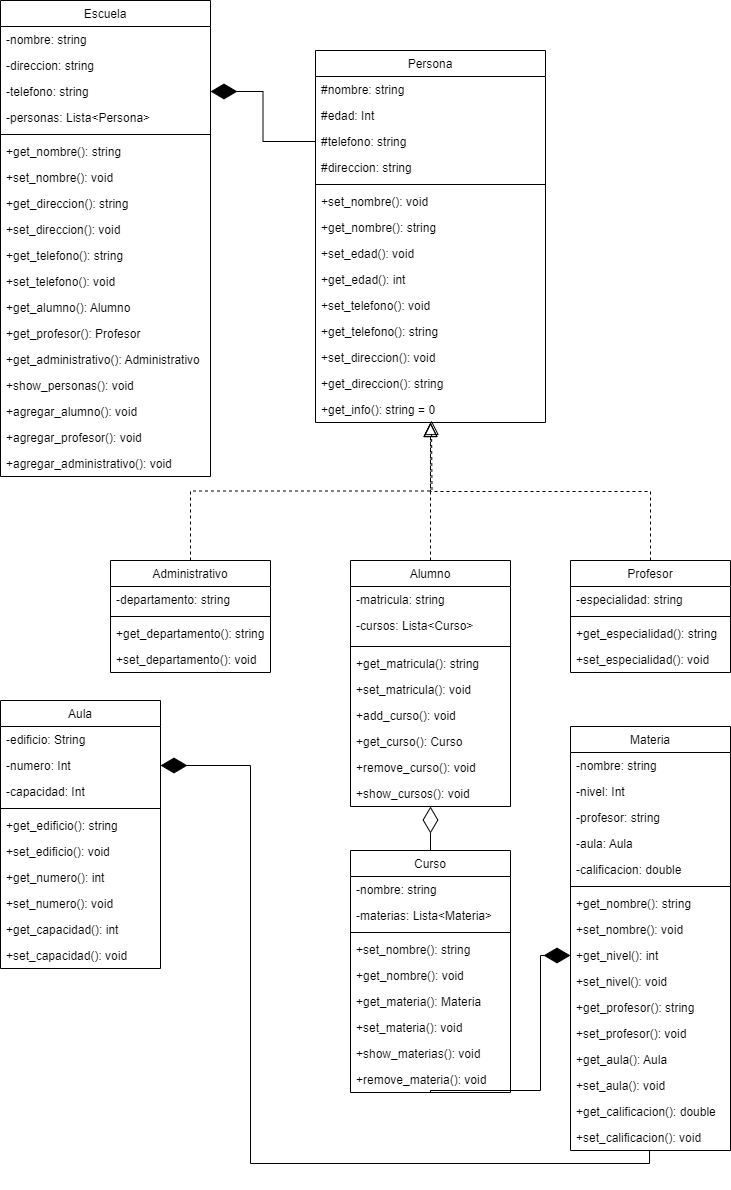
The draw.io diagram UMLEscuela.drawio.png in AngelMauricioRamirez/AdministradorEscuela, before a commit. Source tidied: cells renumbered, new cells last; positions are measured from the earlier drawing's top-left corner, leaving out a move shared by most shapes.
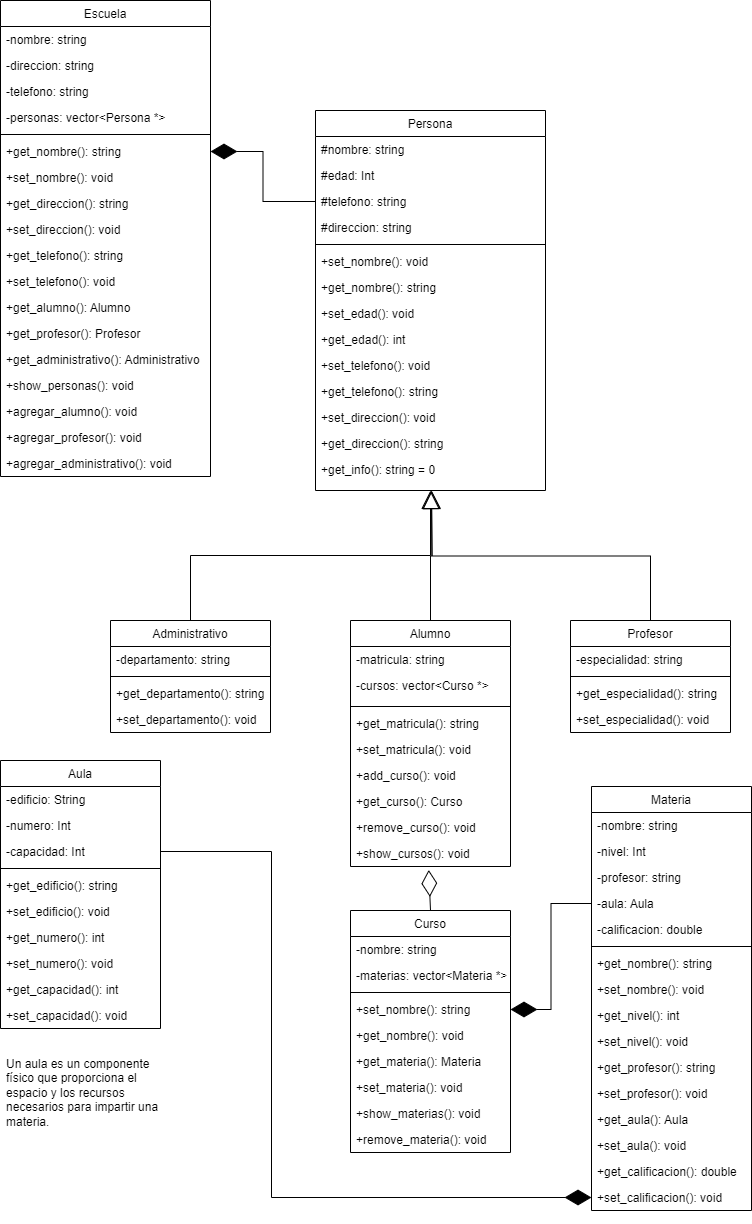
Above is the later version.

Commit message:
Penultima correccion UML

Diff of the diagram source:
```diff
@@ -3,7 +3,7 @@
     <mxCell id="0" />
     <mxCell id="1" parent="0" />
     <mxCell id="2" value="Escuela" style="swimlane;fontStyle=0;align=center;verticalAlign=top;horizontal=1;startSize=26;rounded=0;shadow=0;strokeWidth=1;" parent="1" vertex="1">
-      <mxGeometry width="210" height="476" as="geometry" />
+      <mxGeometry y="-60" width="210" height="476" as="geometry" />
     </mxCell>
     <mxCell id="3" value="-nombre: string" style="text;align=left;verticalAlign=top;spacingLeft=4;spacingRight=4;overflow=hidden;" parent="2" vertex="1">
       <mxGeometry y="26" width="210" height="26" as="geometry" />
@@ -14,7 +14,7 @@
     <mxCell id="5" value="-telefono: string" style="text;align=left;verticalAlign=top;spacingLeft=4;spacingRight=4;overflow=hidden;points=[[0,0.5],[1,0.5]];portConstraint=eastwest;" parent="2" vertex="1">
       <mxGeometry y="78" width="210" height="26" as="geometry" />
     </mxCell>
-    <mxCell id="6" value="-personas: Lista&lt;Persona&gt;" style="text;align=left;verticalAlign=top;spacingLeft=4;spacingRight=4;overflow=hidden;" parent="2" vertex="1">
+    <mxCell id="6" value="-personas: vector&lt;Persona *&gt;" style="text;align=left;verticalAlign=top;spacingLeft=4;spacingRight=4;overflow=hidden;" parent="2" vertex="1">
       <mxGeometry y="104" width="210" height="26" as="geometry" />
     </mxCell>
     <mxCell id="7" style="line;html=1;strokeWidth=1;align=left;verticalAlign=middle;spacingTop=-1;spacingLeft=3;spacingRight=3;labelPosition=right;" parent="2" vertex="1">
@@ -60,7 +60,7 @@
       <mxGeometry y="450" width="210" height="26" as="geometry" />
     </mxCell>
     <mxCell id="21" value="Persona" style="swimlane;fontStyle=0;align=center;verticalAlign=top;horizontal=1;startSize=26;rounded=0;shadow=0;strokeWidth=1;" parent="1" vertex="1">
-      <mxGeometry x="315" y="50" width="230" height="372" as="geometry" />
+      <mxGeometry x="315" y="50" width="230" height="380" as="geometry" />
     </mxCell>
     <mxCell id="22" value="#nombre: string" style="text;align=left;verticalAlign=top;spacingLeft=4;spacingRight=4;overflow=hidden;" parent="21" vertex="1">
       <mxGeometry y="26" width="230" height="26" as="geometry" />
@@ -110,7 +110,7 @@
     <mxCell id="37" value="-matricula: string" style="text;align=left;verticalAlign=top;spacingLeft=4;spacingRight=4;overflow=hidden;" parent="36" vertex="1">
       <mxGeometry y="26" width="160" height="26" as="geometry" />
     </mxCell>
-    <mxCell id="38" value="-cursos: Lista&lt;Curso&gt;" style="text;align=left;verticalAlign=top;spacingLeft=4;spacingRight=4;overflow=hidden;" parent="36" vertex="1">
+    <mxCell id="38" value="-cursos: vector&lt;Curso *&gt;" style="text;align=left;verticalAlign=top;spacingLeft=4;spacingRight=4;overflow=hidden;" parent="36" vertex="1">
       <mxGeometry y="52" width="160" height="30" as="geometry" />
     </mxCell>
     <mxCell id="39" style="line;html=1;strokeWidth=1;align=left;verticalAlign=middle;spacingTop=-1;spacingLeft=3;spacingRight=3;labelPosition=right;" parent="36" vertex="1">
@@ -150,7 +150,7 @@
       <mxGeometry y="86" width="160" height="26" as="geometry" />
     </mxCell>
     <mxCell id="51" value="Materia" style="swimlane;fontStyle=0;align=center;verticalAlign=top;horizontal=1;startSize=26;rounded=0;shadow=0;strokeWidth=1;" parent="1" vertex="1">
-      <mxGeometry x="570" y="726" width="160" height="424" as="geometry" />
+      <mxGeometry x="591" y="726" width="160" height="424" as="geometry" />
     </mxCell>
     <mxCell id="52" value="-nombre: string" style="text;align=left;verticalAlign=top;spacingLeft=4;spacingRight=4;overflow=hidden;" parent="51" vertex="1">
       <mxGeometry y="26" width="160" height="26" as="geometry" />
@@ -200,12 +200,6 @@
     <mxCell id="67" value="+set_calificacion(): void" style="text;align=left;verticalAlign=top;spacingLeft=4;spacingRight=4;overflow=hidden;points=[[0,0.5],[1,0.5]];portConstraint=eastwest;" parent="51" vertex="1">
       <mxGeometry y="398" width="160" height="26" as="geometry" />
     </mxCell>
-    <mxCell id="68" style="endArrow=block;dashed=1;endFill=0;endSize=12;html=1;rounded=0;strokeColor=#000000;fillColor=#FFFFFF;entryX=0.5;entryY=1;entryDx=0;entryDy=0;exitX=0.5;exitY=0;exitDx=0;exitDy=0;edgeStyle=orthogonalEdgeStyle;" parent="1" edge="1" source="36" target="21">
-      <mxGeometry relative="1" as="geometry" />
-    </mxCell>
-    <mxCell id="69" style="endArrow=block;dashed=1;endFill=0;endSize=12;html=1;rounded=0;strokeColor=#000000;fillColor=#FFFFFF;entryX=0.5;entryY=1;entryDx=0;entryDy=0;exitX=0.5;exitY=0;exitDx=0;exitDy=0;edgeStyle=orthogonalEdgeStyle;" parent="1" edge="1" source="46" target="21">
-      <mxGeometry relative="1" as="geometry" />
-    </mxCell>
     <mxCell id="70" value="Administrativo" style="swimlane;fontStyle=0;align=center;verticalAlign=top;horizontal=1;startSize=26;rounded=0;shadow=0;strokeWidth=1;" parent="1" vertex="1">
       <mxGeometry x="110" y="560" width="160" height="112" as="geometry" />
     </mxCell>
@@ -221,21 +215,13 @@
     <mxCell id="74" value="+set_departamento(): void" style="text;align=left;verticalAlign=top;spacingLeft=4;spacingRight=4;overflow=hidden;" parent="70" vertex="1">
       <mxGeometry y="86" width="160" height="26" as="geometry" />
     </mxCell>
-    <mxCell id="75" style="endArrow=block;dashed=1;endFill=0;endSize=12;html=1;rounded=0;strokeColor=#000000;fillColor=#FFFFFF;exitX=0.5;exitY=0;exitDx=0;exitDy=0;edgeStyle=orthogonalEdgeStyle;" parent="1" edge="1" source="70">
-      <mxGeometry relative="1" as="geometry">
-        <mxPoint x="431" y="420" as="targetPoint" />
-      </mxGeometry>
-    </mxCell>
-    <mxCell id="76" style="endArrow=diamondThin;endFill=1;endSize=24;html=1;rounded=0;strokeColor=#000000;fillColor=#FFFFFF;entryX=1;entryY=0.5;entryDx=0;entryDy=0;exitX=0;exitY=0.5;exitDx=0;exitDy=0;edgeStyle=orthogonalEdgeStyle;" parent="1" edge="1" source="24" target="5">
-      <mxGeometry relative="1" as="geometry" />
-    </mxCell>
     <mxCell id="77" value="Curso" style="swimlane;fontStyle=0;align=center;verticalAlign=top;horizontal=1;startSize=26;rounded=0;shadow=0;strokeWidth=1;" parent="1" vertex="1">
       <mxGeometry x="350" y="850" width="160" height="242" as="geometry" />
     </mxCell>
     <mxCell id="78" value="-nombre: string" style="text;align=left;verticalAlign=top;spacingLeft=4;spacingRight=4;overflow=hidden;" parent="77" vertex="1">
       <mxGeometry y="26" width="160" height="26" as="geometry" />
     </mxCell>
-    <mxCell id="79" value="-materias: Lista&lt;Materia&gt;" style="text;align=left;verticalAlign=top;spacingLeft=4;spacingRight=4;overflow=hidden;" parent="77" vertex="1">
+    <mxCell id="79" value="-materias: vector&lt;Materia *&gt;" style="text;align=left;verticalAlign=top;spacingLeft=4;spacingRight=4;overflow=hidden;" parent="77" vertex="1">
       <mxGeometry y="52" width="160" height="26" as="geometry" />
     </mxCell>
     <mxCell id="80" style="line;html=1;strokeWidth=1;align=left;verticalAlign=middle;spacingTop=-1;spacingLeft=3;spacingRight=3;labelPosition=right;" parent="77" vertex="1">
@@ -259,18 +245,6 @@
     <mxCell id="86" value="+remove_materia(): void" style="text;align=left;verticalAlign=top;spacingLeft=4;spacingRight=4;overflow=hidden;" parent="77" vertex="1">
       <mxGeometry y="216" width="160" height="26" as="geometry" />
     </mxCell>
-    <mxCell id="87" style="endArrow=diamondThin;endFill=1;endSize=24;html=1;rounded=0;strokeColor=#000000;fillColor=#FFFFFF;exitX=0.5;exitY=1;exitDx=0;exitDy=0;edgeStyle=orthogonalEdgeStyle;entryX=0;entryY=0.5;entryDx=0;entryDy=0;" parent="1" edge="1" source="77" target="60">
-      <mxGeometry relative="1" as="geometry">
-        <Array as="points">
-          <mxPoint x="430" y="1090" />
-          <mxPoint x="540" y="1090" />
-          <mxPoint x="540" y="955" />
-        </Array>
-      </mxGeometry>
-    </mxCell>
-    <mxCell id="88" style="endArrow=diamondThin;endFill=0;endSize=24;html=1;rounded=0;strokeColor=#000000;fillColor=#FFFFFF;entryX=0.5;entryY=1;entryDx=0;entryDy=0;exitX=0.5;exitY=0;exitDx=0;exitDy=0;edgeStyle=orthogonalEdgeStyle;" parent="1" edge="1" source="77" target="36">
-      <mxGeometry relative="1" as="geometry" />
-    </mxCell>
     <mxCell id="89" value="Aula" style="swimlane;fontStyle=0;align=center;verticalAlign=top;horizontal=1;startSize=26;rounded=0;shadow=0;strokeWidth=1;" parent="1" vertex="1">
       <mxGeometry y="700" width="160" height="268" as="geometry" />
     </mxCell>
@@ -304,14 +278,38 @@
     <mxCell id="99" value="+set_capacidad(): void" style="text;align=left;verticalAlign=top;spacingLeft=4;spacingRight=4;overflow=hidden;" parent="89" vertex="1">
       <mxGeometry y="242" width="160" height="26" as="geometry" />
     </mxCell>
-    <mxCell id="100" style="endArrow=diamondThin;endFill=1;endSize=24;html=1;rounded=0;strokeColor=#000000;fillColor=#FFFFFF;entryX=1;entryY=0.5;entryDx=0;entryDy=0;edgeStyle=orthogonalEdgeStyle;exitX=0.494;exitY=1;exitDx=0;exitDy=0;exitPerimeter=0;" parent="1" edge="1" source="67" target="91">
-      <mxGeometry relative="1" as="geometry">
-        <Array as="points">
-          <mxPoint x="649" y="1163" />
-          <mxPoint x="250" y="1163" />
-          <mxPoint x="250" y="765" />
-        </Array>
-      </mxGeometry>
-    </mxCell>
+    <mxCell id="101" style="endArrow=diamondThin;endFill=1;endSize=24;html=1;rounded=0;edgeStyle=orthogonalEdgeStyle;exitX=1;exitY=0.5;exitDx=0;exitDy=0;entryX=0;entryY=0.5;entryDx=0;entryDy=0;" parent="1" edge="1" source="92" target="67">
+      <mxGeometry relative="1" as="geometry">
+        <Array as="points">
+          <mxPoint x="271" y="791" />
+          <mxPoint x="271" y="1137" />
+        </Array>
+      </mxGeometry>
+    </mxCell>
+    <mxCell id="102" style="endArrow=diamondThin;endFill=0;endSize=24;html=1;rounded=0;exitX=0.5;exitY=0;exitDx=0;exitDy=0;entryX=0.489;entryY=1.132;entryDx=0;entryDy=0;entryPerimeter=0;" parent="1" edge="1" source="77" target="45">
+      <mxGeometry relative="1" as="geometry" />
+    </mxCell>
+    <mxCell id="103" style="endArrow=diamondThin;endFill=1;endSize=24;html=1;rounded=0;entryX=1;entryY=0.5;entryDx=0;entryDy=0;exitX=0;exitY=0.5;exitDx=0;exitDy=0;edgeStyle=orthogonalEdgeStyle;" parent="1" edge="1" source="24" target="8">
+      <mxGeometry relative="1" as="geometry" />
+    </mxCell>
+    <mxCell id="104" value="Un aula es un componente físico que proporciona el espacio y los recursos necesarios para impartir una materia. " style="text;strokeColor=none;fillColor=none;align=left;verticalAlign=top;spacingLeft=4;spacingRight=4;overflow=hidden;whiteSpace=wrap;html=1;" parent="1" vertex="1">
+      <mxGeometry y="990" width="180" height="90" as="geometry" />
+    </mxCell>
+    <mxCell id="105" value="&lt;br&gt;" style="endArrow=block;endSize=16;endFill=0;html=1;rounded=0;exitX=0.5;exitY=0;exitDx=0;exitDy=0;entryX=0.5;entryY=1;entryDx=0;entryDy=0;edgeStyle=orthogonalEdgeStyle;" parent="1" edge="1" source="70" target="21">
+      <mxGeometry relative="1" as="geometry" />
+    </mxCell>
+    <mxCell id="106" value="&lt;br&gt;" style="endArrow=block;endSize=16;endFill=0;html=1;rounded=0;exitX=0.5;exitY=0;exitDx=0;exitDy=0;edgeStyle=orthogonalEdgeStyle;" parent="1" edge="1" source="46">
+      <mxGeometry relative="1" as="geometry">
+        <mxPoint x="431" y="430" as="targetPoint" />
+      </mxGeometry>
+    </mxCell>
+    <mxCell id="107" value="&lt;br&gt;" style="endArrow=block;endSize=16;endFill=0;html=1;rounded=0;exitX=0.5;exitY=0;exitDx=0;exitDy=0;edgeStyle=orthogonalEdgeStyle;" parent="1" edge="1" source="36">
+      <mxGeometry relative="1" as="geometry">
+        <mxPoint x="431" y="430" as="targetPoint" />
+      </mxGeometry>
+    </mxCell>
+    <mxCell id="108" style="endArrow=diamondThin;endFill=1;endSize=24;html=1;rounded=0;entryX=1;entryY=0.5;entryDx=0;entryDy=0;exitX=0;exitY=0.5;exitDx=0;exitDy=0;edgeStyle=orthogonalEdgeStyle;" parent="1" edge="1" source="55" target="81">
+      <mxGeometry relative="1" as="geometry" />
+    </mxCell>
   </root>
 </mxGraphModel>
```
